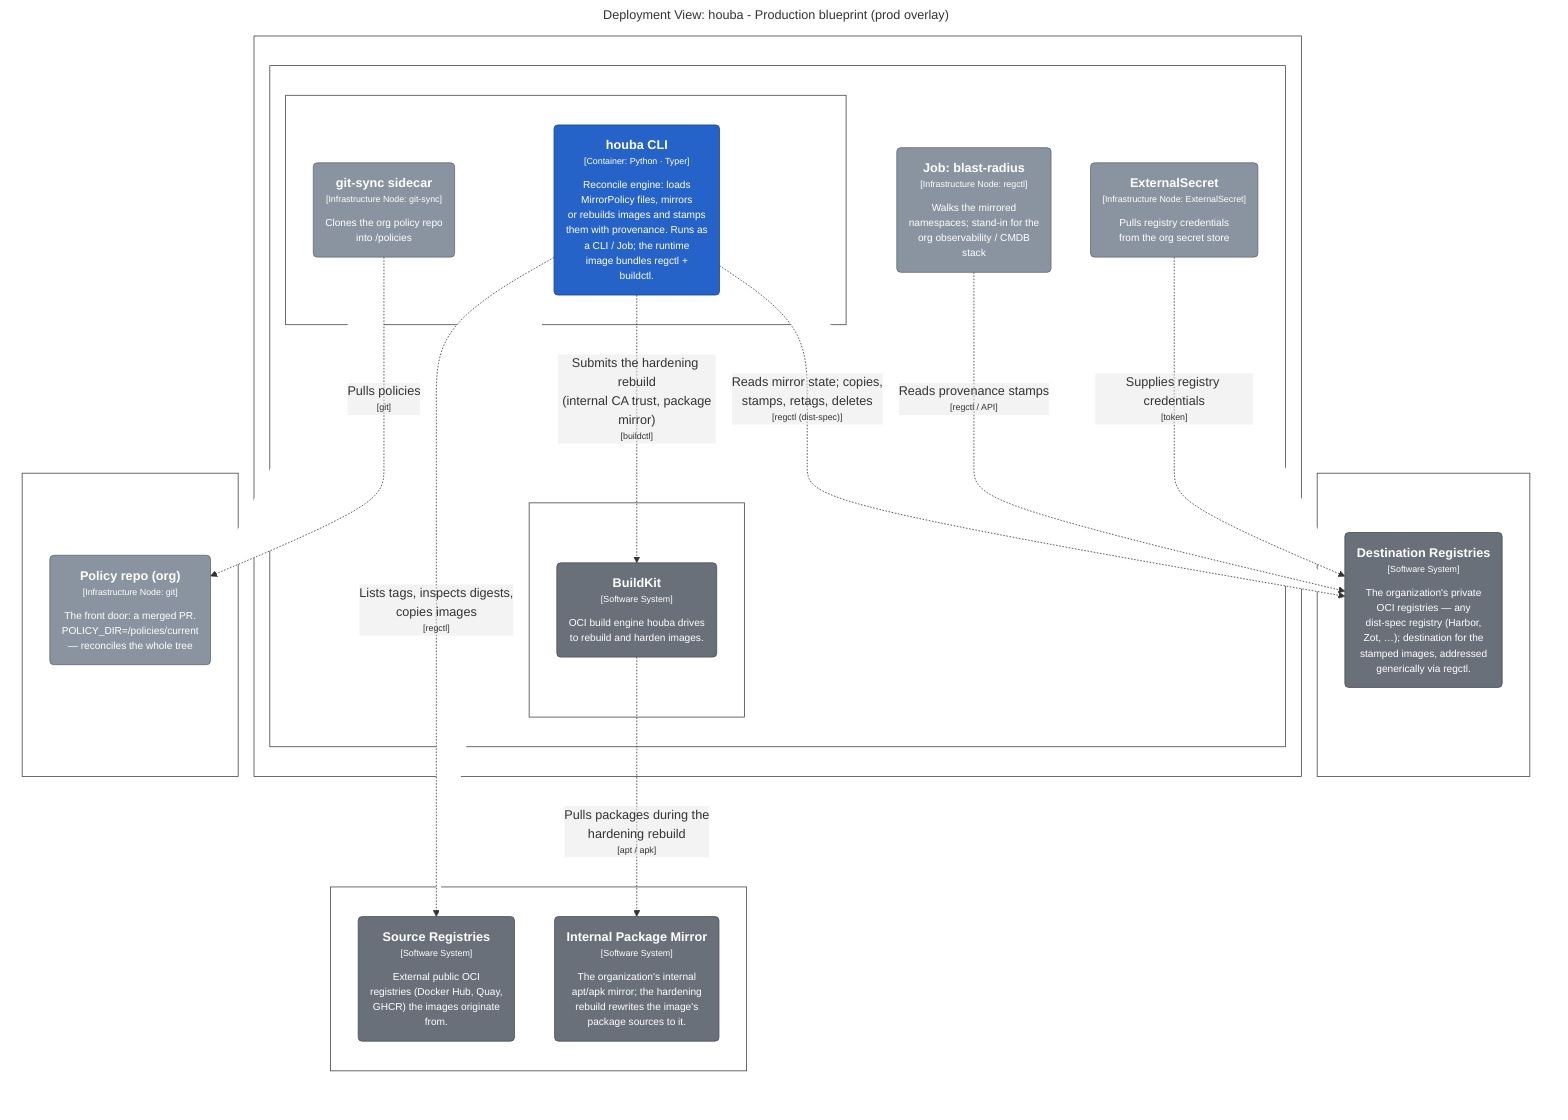
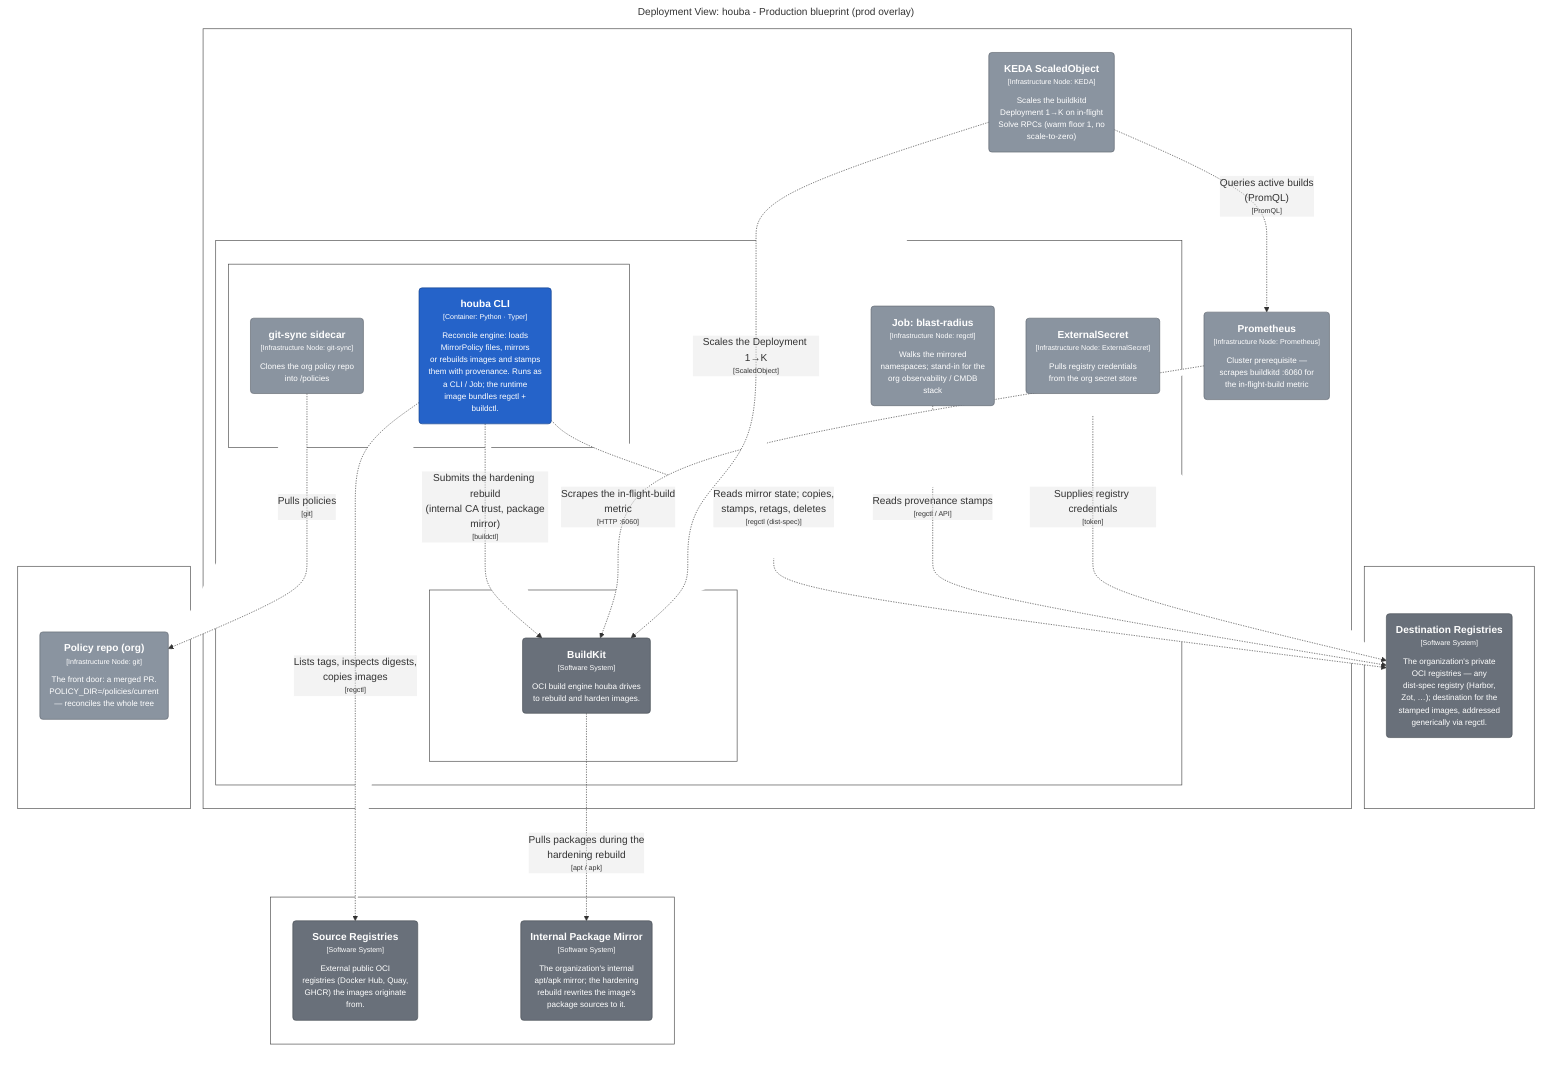
graph LR
  linkStyle default fill:#ffffff

  subgraph diagram ["Deployment View: houba - Production blueprint (prod overlay)"]
    style diagram fill:#ffffff,stroke:#ffffff

    subgraph 241 ["Org GitOps host"]
      style 241 fill:#ffffff,stroke:#444444,color:#ffffff

      242("<div style='font-weight: bold'>Policy repo (org)</div><div style='font-size: 70%; margin-top: 0px'>[Infrastructure Node: git]</div><div style='font-size: 80%; margin-top:10px'>The front door: a merged PR.<br />POLICY_DIR=/policies/current<br />— reconciles the whole tree</div>")
      style 242 fill:#8a94a0,stroke:#606770,color:#ffffff
    end

    subgraph 243 ["Production Kubernetes cluster"]
      style 243 fill:#ffffff,stroke:#444444,color:#ffffff

      subgraph 244 ["namespace: houba"]
        style 244 fill:#ffffff,stroke:#444444,color:#ffffff

        subgraph 245 ["CronJob: houba-reconcile"]
          style 245 fill:#ffffff,stroke:#444444,color:#ffffff

          246("<div style='font-weight: bold'>houba CLI</div><div style='font-size: 70%; margin-top: 0px'>[Container: Python · Typer]</div><div style='font-size: 80%; margin-top:10px'>Reconcile engine: loads<br />MirrorPolicy files, mirrors<br />or rebuilds images and stamps<br />them with provenance. Runs as<br />a CLI / Job; the runtime<br />image bundles regctl +<br />buildctl.</div>")
          style 246 fill:#2563c9,stroke:#19458c,color:#ffffff
          247("<div style='font-weight: bold'>git-sync sidecar</div><div style='font-size: 70%; margin-top: 0px'>[Infrastructure Node: git-sync]</div><div style='font-size: 80%; margin-top:10px'>Clones the org policy repo<br />into /policies</div>")
          style 247 fill:#8a94a0,stroke:#606770,color:#ffffff
        end

        subgraph 248 ["Deployment: buildkitd"]
          style 248 fill:#ffffff,stroke:#444444,color:#ffffff

          249("<div style='font-weight: bold'>BuildKit</div><div style='font-size: 70%; margin-top: 0px'>[Software System]</div><div style='font-size: 80%; margin-top:10px'>OCI build engine houba drives<br />to rebuild and harden images.</div>")
          style 249 fill:#69707a,stroke:#494e55,color:#ffffff
        end

        251("<div style='font-weight: bold'>ExternalSecret</div><div style='font-size: 70%; margin-top: 0px'>[Infrastructure Node: ExternalSecret]</div><div style='font-size: 80%; margin-top:10px'>Pulls registry credentials<br />from the org secret store</div>")
        style 251 fill:#8a94a0,stroke:#606770,color:#ffffff
        252("<div style='font-weight: bold'>Job: blast-radius</div><div style='font-size: 70%; margin-top: 0px'>[Infrastructure Node: regctl]</div><div style='font-size: 80%; margin-top:10px'>Walks the mirrored<br />namespaces; stand-in for the<br />org observability / CMDB<br />stack</div>")
        style 252 fill:#8a94a0,stroke:#606770,color:#ffffff
      end

+       253("<div style='font-weight: bold'>Prometheus</div><div style='font-size: 70%; margin-top: 0px'>[Infrastructure Node: Prometheus]</div><div style='font-size: 80%; margin-top:10px'>Cluster prerequisite —<br />scrapes buildkitd :6060 for<br />the in-flight-build metric</div>")
+       style 253 fill:#8a94a0,stroke:#606770,color:#ffffff
+       254("<div style='font-weight: bold'>KEDA ScaledObject</div><div style='font-size: 70%; margin-top: 0px'>[Infrastructure Node: KEDA]</div><div style='font-size: 80%; margin-top:10px'>Scales the buildkitd<br />Deployment 1→K on in-flight<br />Solve RPCs (warm floor 1, no<br />scale-to-zero)</div>")
+       style 254 fill:#8a94a0,stroke:#606770,color:#ffffff
    end

-     subgraph 253 ["Org private registry"]
-       style 253 fill:#ffffff,stroke:#444444,color:#ffffff
+     subgraph 255 ["Org private registry"]
+       style 255 fill:#ffffff,stroke:#444444,color:#ffffff

-       254("<div style='font-weight: bold'>Destination Registries</div><div style='font-size: 70%; margin-top: 0px'>[Software System]</div><div style='font-size: 80%; margin-top:10px'>The organization's private<br />OCI registries — any<br />dist-spec registry (Harbor,<br />Zot, …); destination for the<br />stamped images, addressed<br />generically via regctl.</div>")
-       style 254 fill:#69707a,stroke:#494e55,color:#ffffff
+       256("<div style='font-weight: bold'>Destination Registries</div><div style='font-size: 70%; margin-top: 0px'>[Software System]</div><div style='font-size: 80%; margin-top:10px'>The organization's private<br />OCI registries — any<br />dist-spec registry (Harbor,<br />Zot, …); destination for the<br />stamped images, addressed<br />generically via regctl.</div>")
+       style 256 fill:#69707a,stroke:#494e55,color:#ffffff
    end

-     subgraph 256 ["Internet / org network"]
-       style 256 fill:#ffffff,stroke:#444444,color:#ffffff
+     subgraph 258 ["Internet / org network"]
+       style 258 fill:#ffffff,stroke:#444444,color:#ffffff

-       257("<div style='font-weight: bold'>Source Registries</div><div style='font-size: 70%; margin-top: 0px'>[Software System]</div><div style='font-size: 80%; margin-top:10px'>External public OCI<br />registries (Docker Hub, Quay,<br />GHCR) the images originate<br />from.</div>")
-       style 257 fill:#69707a,stroke:#494e55,color:#ffffff
-       259("<div style='font-weight: bold'>Internal Package Mirror</div><div style='font-size: 70%; margin-top: 0px'>[Software System]</div><div style='font-size: 80%; margin-top:10px'>The organization's internal<br />apt/apk mirror; the hardening<br />rebuild rewrites the image's<br />package sources to it.</div>")
+       259("<div style='font-weight: bold'>Source Registries</div><div style='font-size: 70%; margin-top: 0px'>[Software System]</div><div style='font-size: 80%; margin-top:10px'>External public OCI<br />registries (Docker Hub, Quay,<br />GHCR) the images originate<br />from.</div>")
      style 259 fill:#69707a,stroke:#494e55,color:#ffffff
+       261("<div style='font-weight: bold'>Internal Package Mirror</div><div style='font-size: 70%; margin-top: 0px'>[Software System]</div><div style='font-size: 80%; margin-top:10px'>The organization's internal<br />apt/apk mirror; the hardening<br />rebuild rewrites the image's<br />package sources to it.</div>")
+       style 261 fill:#69707a,stroke:#494e55,color:#ffffff
    end

    246-. "<div>Submits the hardening rebuild<br />(internal CA trust, package<br />mirror)</div><div style='font-size: 70%'>[buildctl]</div>" .->249
-     246-. "<div>Reads mirror state; copies,<br />stamps, retags, deletes</div><div style='font-size: 70%'>[regctl (dist-spec)]</div>" .->254
-     246-. "<div>Lists tags, inspects digests,<br />copies images</div><div style='font-size: 70%'>[regctl]</div>" .->257
-     249-. "<div>Pulls packages during the<br />hardening rebuild</div><div style='font-size: 70%'>[apt / apk]</div>" .->259
+     246-. "<div>Reads mirror state; copies,<br />stamps, retags, deletes</div><div style='font-size: 70%'>[regctl (dist-spec)]</div>" .->256
+     246-. "<div>Lists tags, inspects digests,<br />copies images</div><div style='font-size: 70%'>[regctl]</div>" .->259
+     249-. "<div>Pulls packages during the<br />hardening rebuild</div><div style='font-size: 70%'>[apt / apk]</div>" .->261
    247-. "<div>Pulls policies</div><div style='font-size: 70%'>[git]</div>" .->242
-     252-. "<div>Reads provenance stamps</div><div style='font-size: 70%'>[regctl / API]</div>" .->254
-     251-. "<div>Supplies registry credentials</div><div style='font-size: 70%'>[token]</div>" .->254
+     252-. "<div>Reads provenance stamps</div><div style='font-size: 70%'>[regctl / API]</div>" .->256
+     251-. "<div>Supplies registry credentials</div><div style='font-size: 70%'>[token]</div>" .->256
+     253-. "<div>Scrapes the in-flight-build<br />metric</div><div style='font-size: 70%'>[HTTP :6060]</div>" .->249
+     254-. "<div>Queries active builds<br />(PromQL)</div><div style='font-size: 70%'>[PromQL]</div>" .->253
+     254-. "<div>Scales the Deployment 1→K</div><div style='font-size: 70%'>[ScaledObject]</div>" .->249

  end